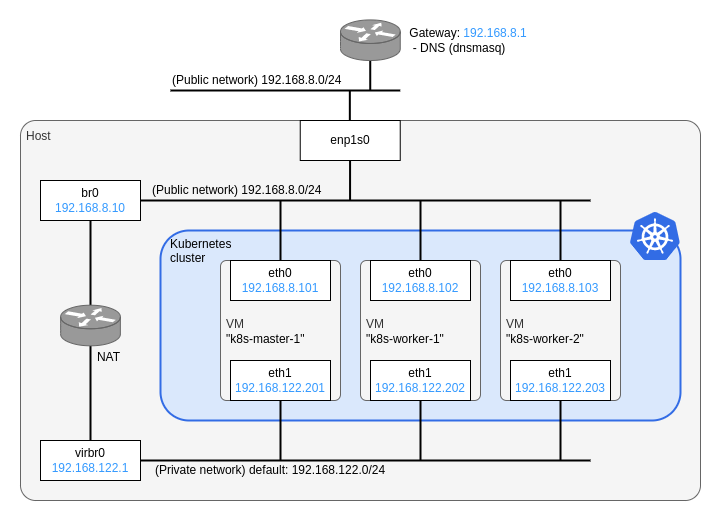
Earlier version of the draw.io export kubernetes/images/network_architecture.drawio.png (sawa2d2/k8s-on-kvm). Source tidied: cells renumbered, new cells last; positions are measured from the earlier drawing's top-left corner, leaving out a move shared by most shapes.
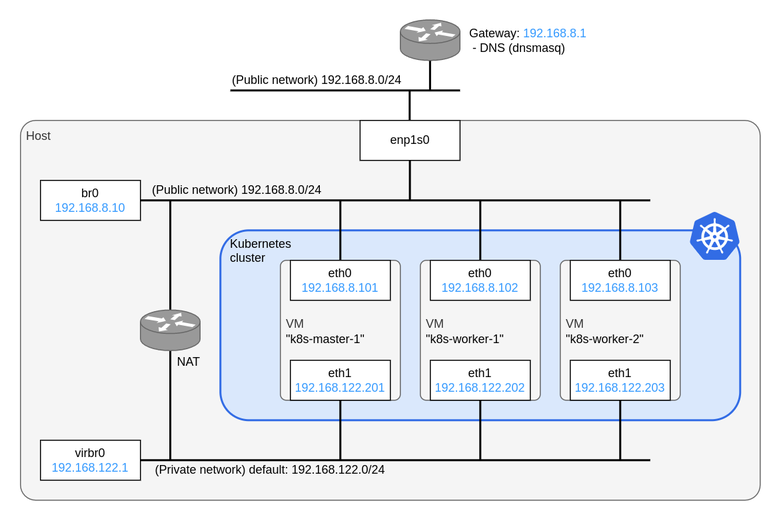
The same diagram one commit later.

Diff of the diagram source:
```diff
@@ -3,10 +3,10 @@
     <mxCell id="0" />
     <mxCell id="1" parent="0" />
     <mxCell id="2" style="rounded=0;whiteSpace=wrap;html=1;strokeColor=none;" parent="1" vertex="1">
-      <mxGeometry width="720" height="520" as="geometry" />
+      <mxGeometry x="-60" width="780" height="520" as="geometry" />
     </mxCell>
     <mxCell id="3" value="Host" style="rounded=1;whiteSpace=wrap;html=1;strokeColor=#666666;strokeWidth=1;fillColor=#f5f5f5;fontColor=#333333;align=left;verticalAlign=top;spacingTop=2;spacingLeft=4;arcSize=4;" parent="1" vertex="1">
-      <mxGeometry x="20" y="120" width="680" height="380" as="geometry" />
+      <mxGeometry x="-40" y="120" width="740" height="380" as="geometry" />
     </mxCell>
     <mxCell id="4" value="Kubernetes&lt;br&gt;cluster" style="rounded=1;whiteSpace=wrap;html=1;fillColor=#dae8fc;strokeColor=#326CE5;strokeWidth=2;align=left;verticalAlign=top;spacingLeft=8;" parent="1" vertex="1">
       <mxGeometry x="160" y="230" width="520" height="190" as="geometry" />
@@ -30,7 +30,7 @@
       <mxGeometry x="510" y="360" width="100" height="40" as="geometry" />
     </mxCell>
     <mxCell id="11" value="&lt;font&gt;(Private network) default: 192.168.122.0/24&lt;/font&gt;" style="rounded=0;whiteSpace=wrap;html=1;strokeColor=none;fillColor=none;fontColor=default;" parent="1" vertex="1">
-      <mxGeometry x="150" y="460" width="240" height="20" as="geometry" />
+      <mxGeometry x="90" y="460" width="240" height="20" as="geometry" />
     </mxCell>
     <mxCell id="12" style="edgeStyle=orthogonalEdgeStyle;rounded=0;jettySize=auto;html=1;strokeColor=default;fontColor=#3399FF;endArrow=none;endFill=0;strokeWidth=2;exitX=1;exitY=0.5;exitDx=0;exitDy=0;" parent="1" edge="1" source="36">
       <mxGeometry relative="1" as="geometry">
@@ -114,29 +114,33 @@
         <mxPoint x="590" y="200" as="targetPoint" />
       </mxGeometry>
     </mxCell>
+    <mxCell id="35" value="br0&lt;br&gt;&lt;font color=&quot;#3399ff&quot;&gt;192.168.8.10&lt;/font&gt;" style="rounded=0;whiteSpace=wrap;html=1;" parent="1" vertex="1">
+      <mxGeometry x="-20" y="180" width="100" height="40" as="geometry" />
+    </mxCell>
     <mxCell id="30" style="edgeStyle=orthogonalEdgeStyle;rounded=0;orthogonalLoop=1;jettySize=auto;html=1;exitX=0.5;exitY=0;exitDx=0;exitDy=0;strokeColor=default;fontColor=#3399FF;endArrow=none;endFill=0;strokeWidth=2;" parent="1" edge="1">
       <mxGeometry relative="1" as="geometry">
         <mxPoint x="349.6" y="200" as="sourcePoint" />
         <mxPoint x="349.6" y="160" as="targetPoint" />
       </mxGeometry>
     </mxCell>
+    <mxCell id="36" value="virbr0&lt;br&gt;&lt;font color=&quot;#3399ff&quot;&gt;192.168.122.1&lt;/font&gt;" style="rounded=0;whiteSpace=wrap;html=1;" parent="1" vertex="1">
+      <mxGeometry x="-20" y="440" width="100" height="40" as="geometry" />
+    </mxCell>
-    <mxCell id="31" style="edgeStyle=orthogonalEdgeStyle;rounded=0;jettySize=auto;html=1;exitX=0.5;exitY=1;exitDx=0;exitDy=0;exitPerimeter=0;strokeWidth=2;endArrow=none;endFill=0;entryX=0.5;entryY=0;entryDx=0;entryDy=0;" parent="1" edge="1" source="33" target="36">
-      <mxGeometry relative="1" as="geometry" />
+    <mxCell id="31" style="edgeStyle=orthogonalEdgeStyle;rounded=0;jettySize=auto;html=1;exitX=0.5;exitY=1;exitDx=0;exitDy=0;exitPerimeter=0;strokeWidth=2;endArrow=none;endFill=0;" parent="1" edge="1" source="33">
+      <mxGeometry relative="1" as="geometry">
+        <mxPoint x="109.9" y="460" as="targetPoint" />
+      </mxGeometry>
     </mxCell>
-    <mxCell id="32" style="edgeStyle=orthogonalEdgeStyle;rounded=0;jettySize=auto;html=1;exitX=0.5;exitY=0;exitDx=0;exitDy=0;exitPerimeter=0;strokeWidth=2;endArrow=none;endFill=0;entryX=0.5;entryY=1;entryDx=0;entryDy=0;entryPerimeter=0;" parent="1" edge="1" source="33" target="35">
-      <mxGeometry relative="1" as="geometry" />
+    <mxCell id="32" style="edgeStyle=orthogonalEdgeStyle;rounded=0;jettySize=auto;html=1;exitX=0.5;exitY=0;exitDx=0;exitDy=0;exitPerimeter=0;strokeWidth=2;endArrow=none;endFill=0;" parent="1" edge="1" source="33">
+      <mxGeometry relative="1" as="geometry">
+        <mxPoint x="109.9" y="200" as="targetPoint" />
+      </mxGeometry>
     </mxCell>
     <mxCell id="33" value="&lt;div style=&quot;&quot;&gt;&lt;font color=&quot;#000000&quot;&gt;NAT&lt;/font&gt;&lt;/div&gt;" style="shape=mxgraph.cisco.routers.router;html=1;dashed=0;fillColor=#999999;strokeColor=#666666;strokeWidth=1;verticalLabelPosition=bottom;verticalAlign=top;align=center;outlineConnect=0;fontColor=#333333;labelPosition=center;spacingLeft=36;spacing=0;" parent="1" vertex="1">
-      <mxGeometry x="60.1" y="304.7" width="59.7" height="40.6" as="geometry" />
+      <mxGeometry x="80" y="309.7" width="59.7" height="40.6" as="geometry" />
     </mxCell>
     <mxCell id="34" value="&lt;font&gt;(Public network) 192.168.8.0/24&lt;br&gt;&lt;/font&gt;" style="rounded=0;whiteSpace=wrap;html=1;strokeColor=none;fillColor=none;fontColor=default;align=left;" parent="1" vertex="1">
-      <mxGeometry x="150" y="180" width="179.7" height="20" as="geometry" />
+      <mxGeometry x="90" y="180" width="179.7" height="20" as="geometry" />
     </mxCell>
-    <mxCell id="35" value="br0&lt;br&gt;&lt;font color=&quot;#3399ff&quot;&gt;192.168.8.10&lt;/font&gt;" style="rounded=0;whiteSpace=wrap;html=1;" parent="1" vertex="1">
-      <mxGeometry x="40" y="180" width="100" height="40" as="geometry" />
-    </mxCell>
-    <mxCell id="36" value="virbr0&lt;br&gt;&lt;font color=&quot;#3399ff&quot;&gt;192.168.122.1&lt;/font&gt;" style="rounded=0;whiteSpace=wrap;html=1;" parent="1" vertex="1">
-      <mxGeometry x="40" y="440" width="100" height="40" as="geometry" />
-    </mxCell>
   </root>
 </mxGraphModel>
```
